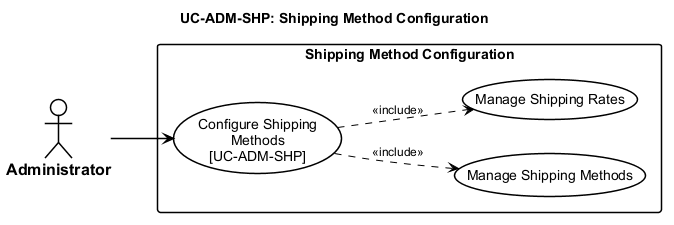
Above: thesis/figures/chapters/part2/ch2-design/02-use-cases/diagrams/P2S2.2.2_usecase-shipping-method.png in qingfa-dev/ReSys.Shop (PlantUML), before the change.
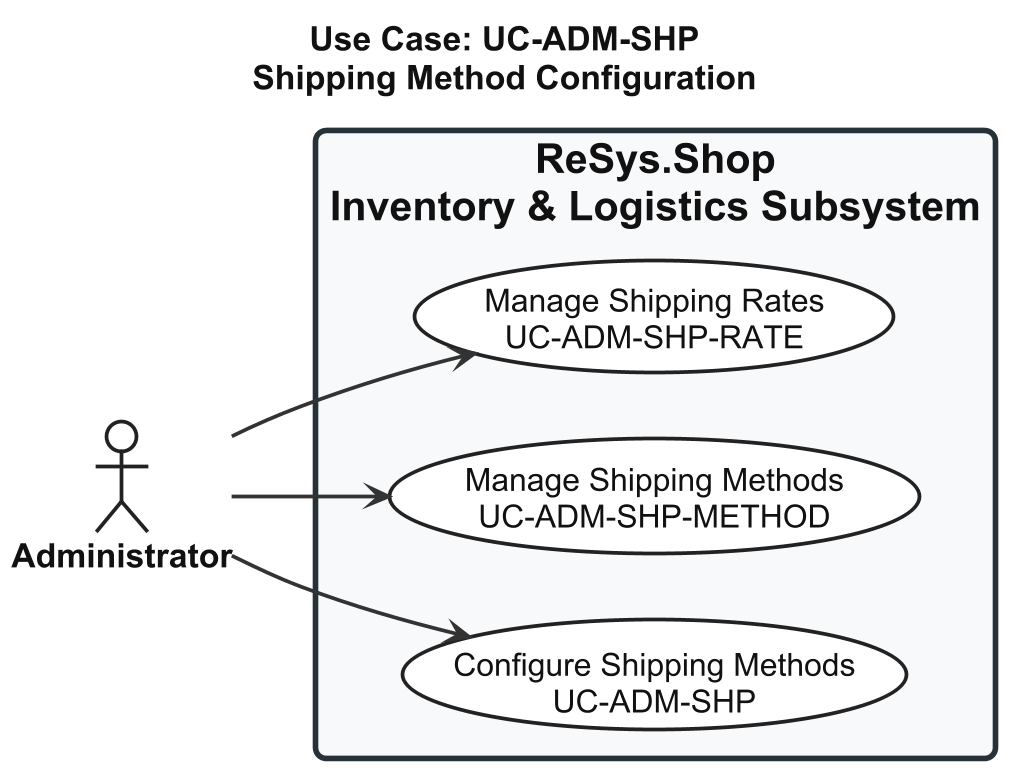
The same file after the commit.

Change to the diagram source:
```diff
@@ -1,51 +1,77 @@
 @startuml usecase-shipping-method
+
 left to right direction
 
+skinparam shadowing false
+skinparam dpi 180
+
 <style>
-  root {
-    FontName "Arial"
-    FontSize 14
-    Shadowing 0
-  }
-  actor {
-    BackGroundColor #FFFFFF
-    LineColor #000000
-    LineThickness 1.5
-    FontColor #000000
-    FontStyle bold
-    FontSize 16
-  }
-  usecase {
-    BackGroundColor #FFFFFF
-    LineColor #000000
-    LineThickness 1.5
-    FontColor #000000
-  }
-  rectangle {
-    BackGroundColor #FFFFFF
-    LineColor #000000
-    LineThickness 1.5
-    FontStyle bold
-  }
-  arrow {
-    LineColor #000000
-    LineThickness 1.5
-    FontSize 12
-  }
+
+root {
+  FontName "Arial"
+  FontSize 18
+  FontColor #111111
+}
+
+actor {
+  FontName "Arial"
+  FontSize 18
+  FontStyle bold
+  FontColor #111111
+  BackgroundColor #FFFFFF
+  LineColor #222222
+  LineThickness 2
+}
+
+usecase {
+  FontName "Arial"
+  FontSize 17
+  FontColor #111111
+  FontStyle plain
+  BackgroundColor #FFFFFF
+  LineColor #222222
+  LineThickness 2
+  Padding 18
+}
+
+rectangle {
+  FontName "Arial"
+  FontSize 22
+  FontStyle bold
+  FontColor #111111
+  BackgroundColor #F7F9FA
+  LineColor #263238
+  LineThickness 3
+  RoundCorner 12
+  Padding 30
+}
+
+arrow {
+  FontName "Arial"
+  FontSize 15
+  FontColor #111111
+  LineColor #333333
+  LineThickness 2
+}
+
 </style>
-title UC-ADM-SHP: Shipping Method Configuration
+
+title Use Case: UC-ADM-SHP\nShipping Method Configuration
 
 actor "Administrator" as Admin
 
-rectangle "Shipping Method Configuration" {
-  usecase "Configure Shipping\nMethods\n[UC-ADM-SHP]" as UC_MAIN
-  usecase "Manage Shipping Methods" as UC_SUB_1
-  usecase "Manage Shipping Rates" as UC_SUB_2
+rectangle "ReSys.Shop\nInventory & Logistics Subsystem" {
 
-  UC_MAIN ..> UC_SUB_1 : <<include>>
-  UC_MAIN ..> UC_SUB_2 : <<include>>
+  usecase "Configure Shipping Methods\nUC-ADM-SHP" as UC_MAIN
+
+  usecase "Manage Shipping Methods\nUC-ADM-SHP-METHOD" as UC_METHOD
+
+  usecase "Manage Shipping Rates\nUC-ADM-SHP-RATE" as UC_RATE
+
 }
 
 Admin --> UC_MAIN
+Admin --> UC_METHOD
+Admin --> UC_RATE
 
 @enduml
```
